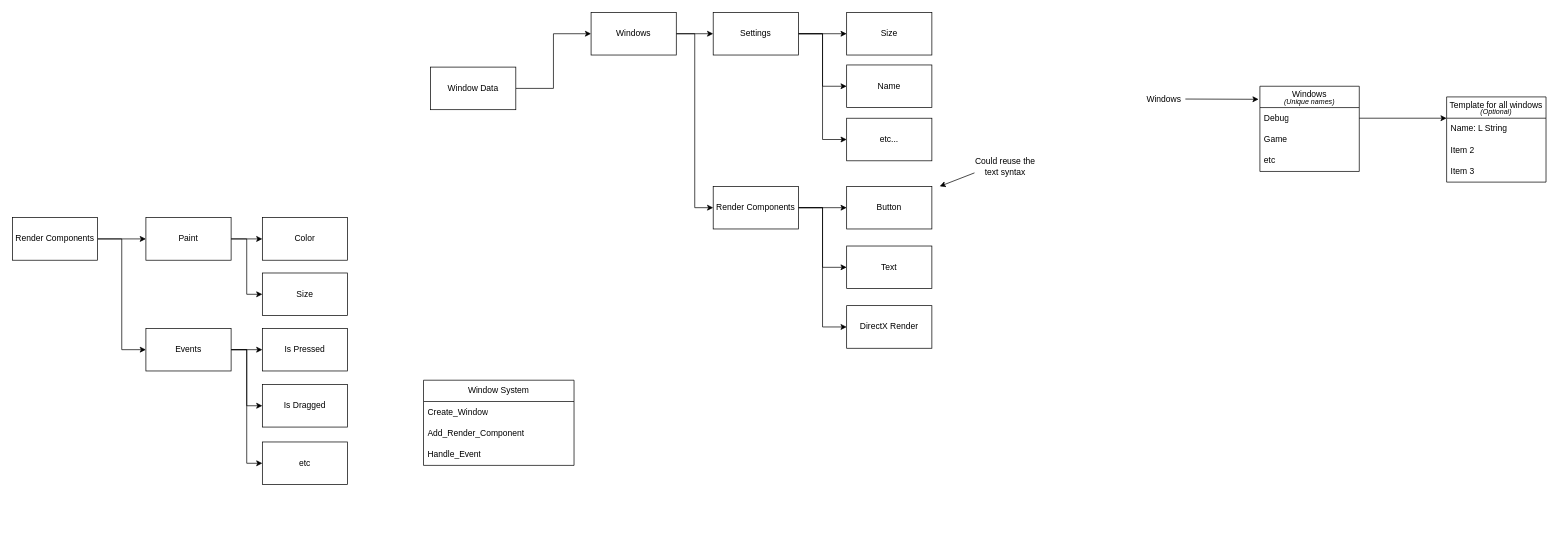
Before: page "Data Diagram" (2 of 3) of Documentation/Class diagram.drawio in zorarkdouble8/Computer-Graphics-Playground, a draw.io diagram. Source tidied: cells renumbered, new cells numbered last; positions are measured from the earlier drawing's top-left corner, leaving out a move shared by most shapes. Both pictures are drawn from the tidied source at 71%, with x=0, y=0 at pixel (12, 12).
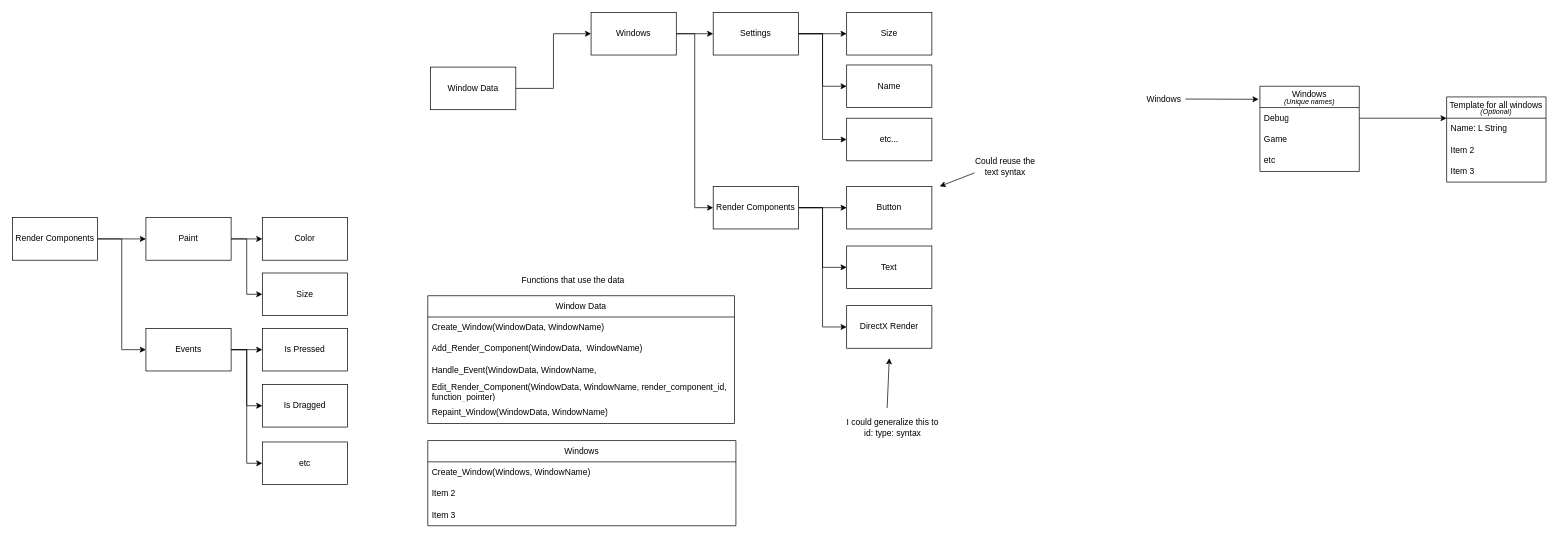
The same page after the edit.

Diff of the diagram source:
```diff
@@
-    <mxCell id="49" value="Window System" style="swimlane;fontStyle=0;horizontal=1;startSize=30;whiteSpace=wrap;html=1;" parent="1" vertex="1">
-      <mxGeometry x="579" y="518" width="212" height="120" as="geometry" />
+    <mxCell id="49" value="Window Data" style="swimlane;fontStyle=0;horizontal=1;startSize=30;whiteSpace=wrap;html=1;" parent="1" vertex="1">
+      <mxGeometry x="585" y="399" width="432" height="180" as="geometry" />
     </mxCell>
-    <mxCell id="50" value="Create_Window" style="text;strokeColor=none;fillColor=none;align=left;verticalAlign=middle;spacingLeft=4;spacingRight=4;overflow=hidden;whiteSpace=wrap;html=1;" parent="49" vertex="1">
-      <mxGeometry y="30" width="212" height="30" as="geometry" />
+    <mxCell id="50" value="Create_Window(WindowData, WindowName)" style="text;strokeColor=none;fillColor=none;align=left;verticalAlign=middle;spacingLeft=4;spacingRight=4;overflow=hidden;whiteSpace=wrap;html=1;" parent="49" vertex="1">
+      <mxGeometry y="30" width="432" height="30" as="geometry" />
     </mxCell>
-    <mxCell id="51" value="Add_Render_Component" style="text;strokeColor=none;fillColor=none;align=left;verticalAlign=middle;spacingLeft=4;spacingRight=4;overflow=hidden;whiteSpace=wrap;html=1;" parent="49" vertex="1">
-      <mxGeometry y="60" width="212" height="30" as="geometry" />
+    <mxCell id="51" value="Add_Render_Component(WindowData,&amp;nbsp; WindowName)" style="text;strokeColor=none;fillColor=none;align=left;verticalAlign=middle;spacingLeft=4;spacingRight=4;overflow=hidden;whiteSpace=wrap;html=1;" parent="49" vertex="1">
+      <mxGeometry y="60" width="432" height="30" as="geometry" />
     </mxCell>
-    <mxCell id="52" value="Handle_Event" style="text;strokeColor=none;fillColor=none;align=left;verticalAlign=middle;spacingLeft=4;spacingRight=4;overflow=hidden;whiteSpace=wrap;html=1;" parent="49" vertex="1">
-      <mxGeometry y="90" width="212" height="30" as="geometry" />
+    <mxCell id="52" value="Handle_Event(WindowData, WindowName,&amp;nbsp;" style="text;strokeColor=none;fillColor=none;align=left;verticalAlign=middle;spacingLeft=4;spacingRight=4;overflow=hidden;whiteSpace=wrap;html=1;" parent="49" vertex="1">
+      <mxGeometry y="90" width="432" height="30" as="geometry" />
     </mxCell>
+    <mxCell id="53" value="Edit_Render_Component(WindowData, WindowName, render_component_id, function_pointer)" style="text;strokeColor=none;fillColor=none;align=left;verticalAlign=middle;spacingLeft=4;spacingRight=4;overflow=hidden;whiteSpace=wrap;html=1;" parent="49" vertex="1">
+      <mxGeometry y="120" width="432" height="30" as="geometry" />
+    </mxCell>
+    <mxCell id="54" value="Repaint_Window(WindowData, WindowName)" style="text;strokeColor=none;fillColor=none;align=left;verticalAlign=middle;spacingLeft=4;spacingRight=4;overflow=hidden;whiteSpace=wrap;html=1;" parent="49" vertex="1">
+      <mxGeometry y="150" width="432" height="30" as="geometry" />
+    </mxCell>
+    <mxCell id="55" style="endArrow=classic;html=1;rounded=0;" parent="1" edge="1">
+      <mxGeometry relative="1" as="geometry">
+        <mxPoint x="1232" y="557" as="sourcePoint" />
+        <mxPoint x="1235" y="487" as="targetPoint" />
+      </mxGeometry>
+    </mxCell>
+    <mxCell id="56" value="I could generalize this to id: type: syntax" style="text;html=1;align=center;verticalAlign=middle;whiteSpace=wrap;rounded=0;" parent="1" vertex="1">
+      <mxGeometry x="1168" y="570" width="144" height="30" as="geometry" />
+    </mxCell>
+    <mxCell id="57" value="Functions that use the data" style="text;html=1;align=center;verticalAlign=middle;whiteSpace=wrap;rounded=0;" parent="1" vertex="1">
+      <mxGeometry x="715" y="363" width="150" height="30" as="geometry" />
+    </mxCell>
+    <mxCell id="58" value="Windows" style="swimlane;fontStyle=0;horizontal=1;startSize=30;whiteSpace=wrap;html=1;" parent="1" vertex="1">
+      <mxGeometry x="585" y="603" width="434" height="120" as="geometry" />
+    </mxCell>
+    <mxCell id="59" value="Create_Window(Windows, WindowName)" style="text;strokeColor=none;fillColor=none;align=left;verticalAlign=middle;spacingLeft=4;spacingRight=4;overflow=hidden;whiteSpace=wrap;html=1;" parent="58" vertex="1">
+      <mxGeometry y="30" width="434" height="30" as="geometry" />
+    </mxCell>
+    <mxCell id="60" value="Item 2" style="text;strokeColor=none;fillColor=none;align=left;verticalAlign=middle;spacingLeft=4;spacingRight=4;overflow=hidden;whiteSpace=wrap;html=1;" parent="58" vertex="1">
+      <mxGeometry y="60" width="434" height="30" as="geometry" />
+    </mxCell>
+    <mxCell id="61" value="Item 3" style="text;strokeColor=none;fillColor=none;align=left;verticalAlign=middle;spacingLeft=4;spacingRight=4;overflow=hidden;whiteSpace=wrap;html=1;" parent="58" vertex="1">
+      <mxGeometry y="90" width="434" height="30" as="geometry" />
+    </mxCell>
```
